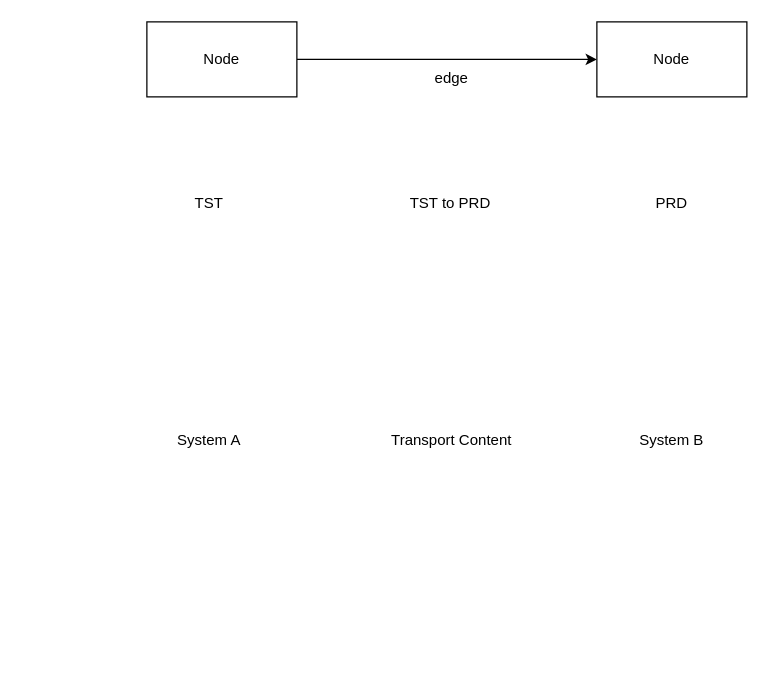
Above: Dynamic Landscape.drawio in Zprit/draw-io (draw.io), before the change. Source tidied: cells renumbered, new cells numbered last; positions are measured from the earlier drawing's top-left corner, leaving out a move shared by most shapes. Both pictures are drawn from the tidied source at 125%, with x=0, y=0 at pixel (146, 21).
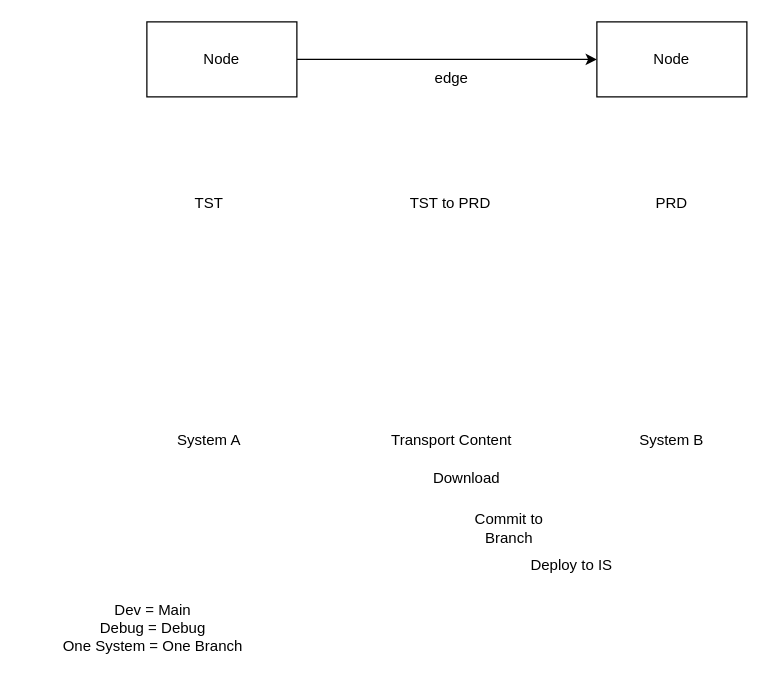
After the change.

Change to the diagram source:
```diff
@@
 <mxGraphModel>
   <root>
     <mxCell id="0" />
     <mxCell id="1" parent="0" />
     <mxCell id="2" style="edgeStyle=orthogonalEdgeStyle;rounded=0;jettySize=auto;html=1;" parent="1" edge="1" source="3" target="4">
       <mxGeometry relative="1" as="geometry" />
     </mxCell>
     <mxCell id="3" value="Node" style="rounded=0;whiteSpace=wrap;html=1;" parent="1" vertex="1">
       <mxGeometry width="120" height="60" as="geometry" />
     </mxCell>
     <mxCell id="4" value="Node" style="rounded=0;whiteSpace=wrap;html=1;" parent="1" vertex="1">
       <mxGeometry x="360" width="120" height="60" as="geometry" />
     </mxCell>
     <mxCell id="5" value="Transport Content" style="text;html=1;whiteSpace=wrap;strokeColor=none;fillColor=none;align=center;verticalAlign=middle;rounded=0;" parent="1" vertex="1">
       <mxGeometry x="148.5" y="320" width="190" height="30" as="geometry" />
     </mxCell>
     <mxCell id="6" value="System A" style="text;html=1;whiteSpace=wrap;strokeColor=none;fillColor=none;align=center;verticalAlign=middle;rounded=0;" parent="1" vertex="1">
       <mxGeometry x="20" y="320" width="60" height="30" as="geometry" />
     </mxCell>
     <mxCell id="7" value="System B" style="text;html=1;whiteSpace=wrap;strokeColor=none;fillColor=none;align=center;verticalAlign=middle;rounded=0;" parent="1" vertex="1">
       <mxGeometry x="390" y="320" width="60" height="30" as="geometry" />
     </mxCell>
     <mxCell id="8" value="edge" style="text;html=1;whiteSpace=wrap;strokeColor=none;fillColor=none;align=center;verticalAlign=middle;rounded=0;" parent="1" vertex="1">
       <mxGeometry x="213.5" y="30" width="60" height="30" as="geometry" />
     </mxCell>
     <mxCell id="9" value="TST" style="text;html=1;whiteSpace=wrap;strokeColor=none;fillColor=none;align=center;verticalAlign=middle;rounded=0;" parent="1" vertex="1">
       <mxGeometry x="20" y="130" width="60" height="30" as="geometry" />
     </mxCell>
     <mxCell id="10" value="PRD" style="text;html=1;whiteSpace=wrap;strokeColor=none;fillColor=none;align=center;verticalAlign=middle;rounded=0;" parent="1" vertex="1">
       <mxGeometry x="390" y="130" width="60" height="30" as="geometry" />
     </mxCell>
     <mxCell id="11" value="TST to PRD" style="text;html=1;whiteSpace=wrap;strokeColor=none;fillColor=none;align=center;verticalAlign=middle;rounded=0;" parent="1" vertex="1">
       <mxGeometry x="200" y="130" width="86" height="30" as="geometry" />
     </mxCell>
+    <mxCell id="12" value="&lt;br&gt;Dev = Main&lt;br&gt;Debug = Debug&lt;br&gt;One System = One Branch&lt;div&gt;&lt;br&gt;&lt;/div&gt;" style="text;html=1;whiteSpace=wrap;strokeColor=none;fillColor=none;align=center;verticalAlign=middle;rounded=0;" parent="1" vertex="1">
+      <mxGeometry x="-100" y="460" width="210" height="50" as="geometry" />
+    </mxCell>
+    <mxCell id="13" value="Download" style="text;html=1;whiteSpace=wrap;strokeColor=none;fillColor=none;align=center;verticalAlign=middle;rounded=0;" parent="1" vertex="1">
+      <mxGeometry x="226" y="350" width="60" height="30" as="geometry" />
+    </mxCell>
+    <mxCell id="14" value="Commit to Branch" style="text;html=1;whiteSpace=wrap;strokeColor=none;fillColor=none;align=center;verticalAlign=middle;rounded=0;" parent="1" vertex="1">
+      <mxGeometry x="260" y="390" width="60" height="30" as="geometry" />
+    </mxCell>
+    <mxCell id="15" value="Deploy to IS" style="text;html=1;whiteSpace=wrap;strokeColor=none;fillColor=none;align=center;verticalAlign=middle;rounded=0;" parent="1" vertex="1">
+      <mxGeometry x="300" y="420" width="80" height="30" as="geometry" />
+    </mxCell>
   </root>
 </mxGraphModel>
```
